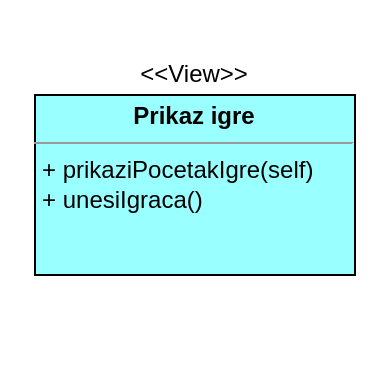
Above: page "Dijagram klasa pogleda Battleship" (9 of 10) of Dijagram.drawio in LukaFarkas99/Battleship (draw.io), before the change. Source tidied: cells renumbered, new cells numbered last; positions are measured from the earlier drawing's top-left corner, leaving out a move shared by most shapes. Both pictures are drawn from the tidied source at 200%, with x=0, y=0 at pixel (34, 34).
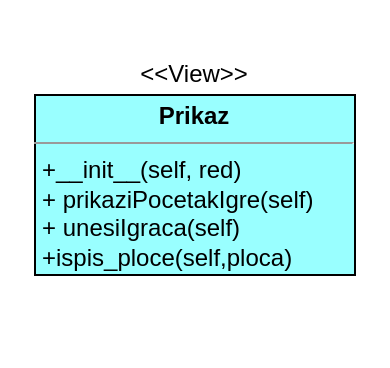
Above is the later version.

Diff of the diagram source:
```diff
@@
 <mxGraphModel>
   <root>
     <mxCell id="0" />
     <mxCell id="1" parent="0" />
     <mxCell id="2" style="group;" parent="1" vertex="1">
       <mxGeometry width="160" height="150" as="geometry" />
     </mxCell>
-    <mxCell id="3" value="&lt;p style=&quot;margin: 0px ; margin-top: 4px ; text-align: center&quot;&gt;&lt;b&gt;Prikaz igre&lt;/b&gt;&lt;/p&gt;&lt;hr size=&quot;1&quot;&gt;&lt;p style=&quot;margin: 0px ; margin-left: 4px&quot;&gt;+ prikaziPocetakIgre(self)&lt;/p&gt;&lt;p style=&quot;margin: 0px ; margin-left: 4px&quot;&gt;+ unesiIgraca()&lt;/p&gt;" style="verticalAlign=top;align=left;overflow=fill;fontSize=12;fontFamily=Helvetica;html=1;fillColor=#99FFFF;" parent="2" vertex="1">
+    <mxCell id="3" value="&lt;p style=&quot;margin: 0px ; margin-top: 4px ; text-align: center&quot;&gt;&lt;b&gt;Prikaz&lt;/b&gt;&lt;/p&gt;&lt;hr size=&quot;1&quot;&gt;&lt;p style=&quot;margin: 0px ; margin-left: 4px&quot;&gt;+__init__(self, red)&lt;br&gt;&lt;/p&gt;&lt;p style=&quot;margin: 0px ; margin-left: 4px&quot;&gt;+ prikaziPocetakIgre(self)&lt;/p&gt;&lt;p style=&quot;margin: 0px ; margin-left: 4px&quot;&gt;+ unesiIgraca(self)&lt;/p&gt;&lt;p style=&quot;margin: 0px ; margin-left: 4px&quot;&gt;+ispis_ploce(self,ploca)&lt;/p&gt;" style="verticalAlign=top;align=left;overflow=fill;fontSize=12;fontFamily=Helvetica;html=1;fillColor=#99FFFF;" parent="2" vertex="1">
       <mxGeometry y="30" width="160" height="90" as="geometry" />
     </mxCell>
     <mxCell id="4" value="&amp;lt;&amp;lt;View&amp;gt;&amp;gt;" style="text;html=1;strokeColor=none;fillColor=none;align=center;verticalAlign=middle;whiteSpace=wrap;rounded=0;" parent="2" vertex="1">
       <mxGeometry x="60" y="10" width="40" height="20" as="geometry" />
     </mxCell>
   </root>
 </mxGraphModel>
```
